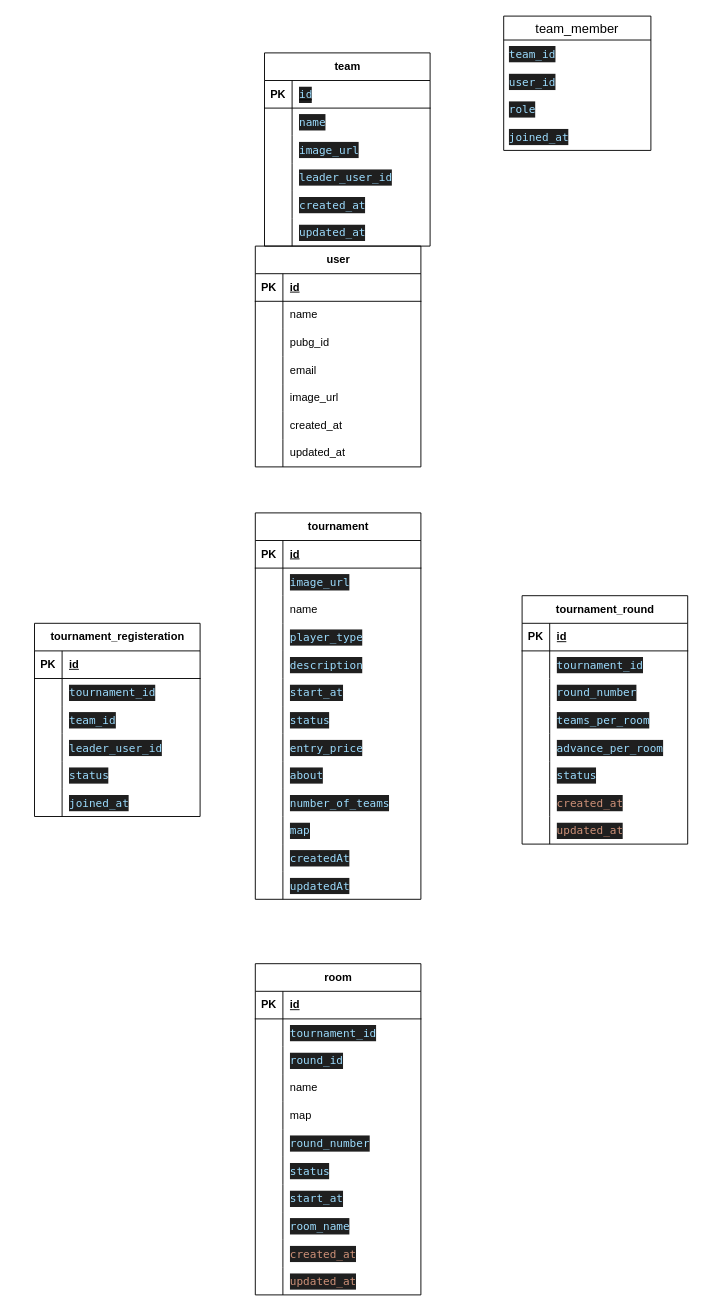
Above: pubg_tournament_schema.drawio in atif117/add_notes_app (draw.io), before the change. Source tidied: cells renumbered, new cells numbered last; positions are measured from the earlier drawing's top-left corner, leaving out a move shared by most shapes. Both pictures are drawn from the tidied source at 92%, with x=0, y=0 at pixel (34, 16).
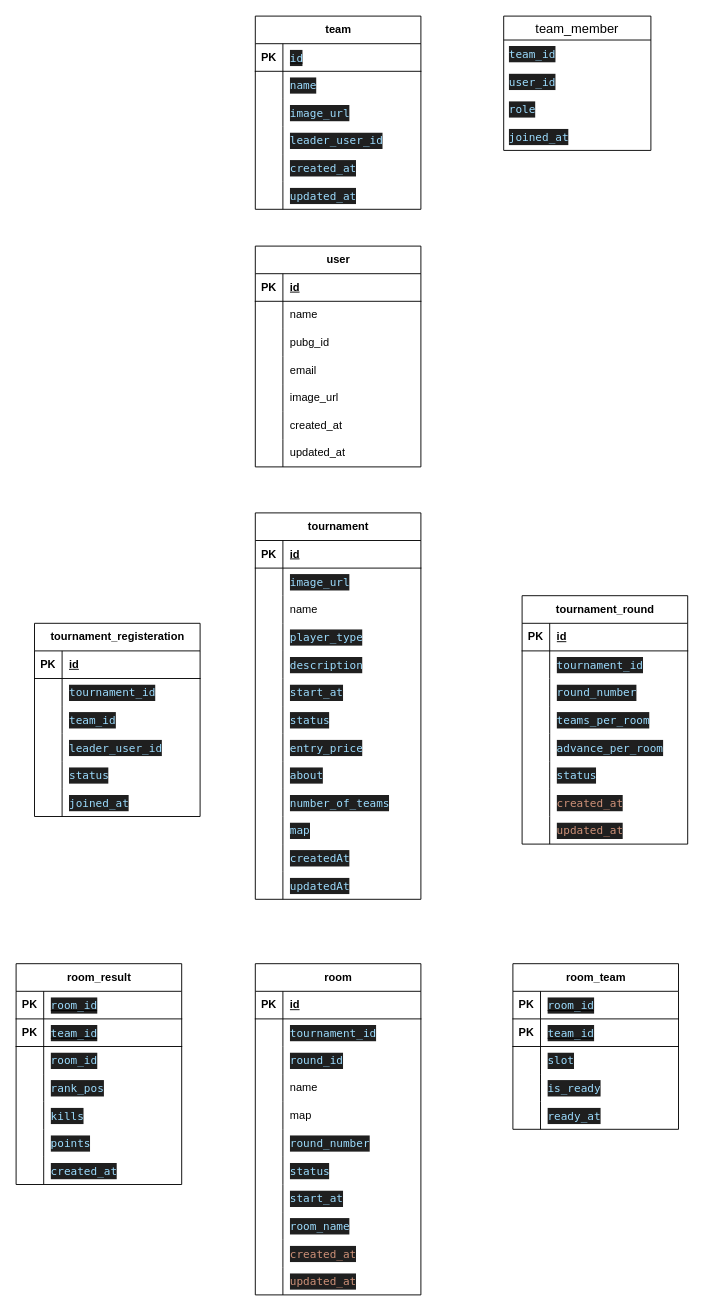
The same page after the edit.

Diff of the diagram source:
```diff
@@
     <mxCell id="24" value="team" style="shape=table;startSize=30;childLayout=tableLayout;rowLines=0;fontStyle=1;align=center;html=1;" parent="1" vertex="1">
-      <mxGeometry x="250" y="40" width="180" height="210" as="geometry" />
+      <mxGeometry x="240" width="180" height="210" as="geometry" />
     </mxCell>
@@
+    <mxCell id="166" value="room_team" style="shape=table;startSize=30;childLayout=tableLayout;rowLines=0;fontStyle=1;align=center;html=1;" parent="1" vertex="1">
+      <mxGeometry x="520" y="1030" width="180" height="180" as="geometry" />
+    </mxCell>
+    <mxCell id="167" style="shape=tableRow;horizontal=0;startSize=0;swimlaneHead=0;swimlaneBody=0;fillColor=none;top=0;left=0;right=0;bottom=1;" parent="166" vertex="1">
+      <mxGeometry y="30" width="180" height="30" as="geometry" />
+    </mxCell>
+    <mxCell id="168" value="PK" style="shape=partialRectangle;fillColor=none;top=0;left=0;bottom=0;right=0;fontStyle=1;overflow=hidden;whiteSpace=wrap;html=1;" parent="167" vertex="1">
+      <mxGeometry width="30" height="30" as="geometry" />
+    </mxCell>
+    <mxCell id="169" value="&lt;div style=&quot;font-weight: normal; text-decoration: none; color: rgb(204, 204, 204); background-color: rgb(31, 31, 31); font-family: Menlo, Monaco, &amp;quot;Courier New&amp;quot;, monospace; line-height: 18px; white-space: pre;&quot;&gt;&lt;span style=&quot;color: rgb(156, 220, 254);&quot;&gt;room_id&lt;/span&gt;&lt;/div&gt;" style="shape=partialRectangle;fillColor=none;top=0;left=0;bottom=0;right=0;align=left;spacingLeft=6;fontStyle=5;overflow=hidden;whiteSpace=wrap;html=1;" parent="167" vertex="1">
+      <mxGeometry x="30" width="150" height="30" as="geometry" />
+    </mxCell>
+    <mxCell id="170" style="shape=tableRow;horizontal=0;startSize=0;swimlaneHead=0;swimlaneBody=0;fillColor=none;top=0;left=0;right=0;bottom=1;" parent="166" vertex="1">
+      <mxGeometry y="60" width="180" height="30" as="geometry" />
+    </mxCell>
+    <mxCell id="171" value="PK" style="shape=partialRectangle;fillColor=none;top=0;left=0;bottom=0;right=0;fontStyle=1;overflow=hidden;whiteSpace=wrap;html=1;" parent="170" vertex="1">
+      <mxGeometry width="30" height="30" as="geometry" />
+    </mxCell>
+    <mxCell id="172" value="&lt;div style=&quot;font-weight: normal; text-decoration: none; color: rgb(204, 204, 204); background-color: rgb(31, 31, 31); font-family: Menlo, Monaco, &amp;quot;Courier New&amp;quot;, monospace; line-height: 18px; white-space: pre;&quot;&gt;&lt;div style=&quot;text-decoration: none; color: rgb(204, 204, 204); background-color: rgb(31, 31, 31); line-height: 18px;&quot;&gt;&lt;span style=&quot;color: rgb(156, 220, 254);&quot;&gt;team_id&lt;/span&gt;&lt;/div&gt;&lt;/div&gt;" style="shape=partialRectangle;fillColor=none;top=0;left=0;bottom=0;right=0;align=left;spacingLeft=6;fontStyle=5;overflow=hidden;whiteSpace=wrap;html=1;" parent="170" vertex="1">
+      <mxGeometry x="30" width="150" height="30" as="geometry" />
+    </mxCell>
+    <mxCell id="173" style="shape=tableRow;horizontal=0;startSize=0;swimlaneHead=0;swimlaneBody=0;fillColor=none;top=0;left=0;right=0;bottom=0;" parent="166" vertex="1">
+      <mxGeometry y="90" width="180" height="30" as="geometry" />
+    </mxCell>
+    <mxCell id="174" style="shape=partialRectangle;fillColor=none;top=0;left=0;bottom=0;right=0;overflow=hidden;whiteSpace=wrap;html=1;" parent="173" vertex="1">
+      <mxGeometry width="30" height="30" as="geometry" />
+    </mxCell>
+    <mxCell id="175" value="&lt;div style=&quot;color: rgb(204, 204, 204); background-color: rgb(31, 31, 31); font-family: Menlo, Monaco, &amp;quot;Courier New&amp;quot;, monospace; line-height: 18px; white-space: pre;&quot;&gt;&lt;span style=&quot;color: rgb(156, 220, 254);&quot;&gt;slot&lt;/span&gt;&lt;/div&gt;" style="shape=partialRectangle;fillColor=none;top=0;left=0;bottom=0;right=0;align=left;spacingLeft=6;overflow=hidden;whiteSpace=wrap;html=1;" parent="173" vertex="1">
+      <mxGeometry x="30" width="150" height="30" as="geometry" />
+    </mxCell>
+    <mxCell id="176" style="shape=tableRow;horizontal=0;startSize=0;swimlaneHead=0;swimlaneBody=0;fillColor=none;top=0;left=0;right=0;bottom=0;" parent="166" vertex="1">
+      <mxGeometry y="120" width="180" height="30" as="geometry" />
+    </mxCell>
+    <mxCell id="177" style="shape=partialRectangle;fillColor=none;top=0;left=0;bottom=0;right=0;overflow=hidden;whiteSpace=wrap;html=1;" parent="176" vertex="1">
+      <mxGeometry width="30" height="30" as="geometry" />
+    </mxCell>
+    <mxCell id="178" value="&lt;div style=&quot;color: rgb(204, 204, 204); background-color: rgb(31, 31, 31); font-family: Menlo, Monaco, &amp;quot;Courier New&amp;quot;, monospace; line-height: 18px; white-space: pre;&quot;&gt;&lt;span style=&quot;color: rgb(156, 220, 254);&quot;&gt;is_ready&lt;/span&gt;&lt;/div&gt;" style="shape=partialRectangle;fillColor=none;top=0;left=0;bottom=0;right=0;align=left;spacingLeft=6;overflow=hidden;whiteSpace=wrap;html=1;" parent="176" vertex="1">
+      <mxGeometry x="30" width="150" height="30" as="geometry" />
+    </mxCell>
+    <mxCell id="179" style="shape=tableRow;horizontal=0;startSize=0;swimlaneHead=0;swimlaneBody=0;fillColor=none;top=0;left=0;right=0;bottom=0;" parent="166" vertex="1">
+      <mxGeometry y="150" width="180" height="30" as="geometry" />
+    </mxCell>
+    <mxCell id="180" style="shape=partialRectangle;fillColor=none;top=0;left=0;bottom=0;right=0;overflow=hidden;whiteSpace=wrap;html=1;" parent="179" vertex="1">
+      <mxGeometry width="30" height="30" as="geometry" />
+    </mxCell>
+    <mxCell id="181" value="&lt;div style=&quot;color: rgb(204, 204, 204); background-color: rgb(31, 31, 31); font-family: Menlo, Monaco, &amp;quot;Courier New&amp;quot;, monospace; line-height: 18px; white-space: pre;&quot;&gt;&lt;span style=&quot;color: rgb(156, 220, 254);&quot;&gt;ready_at&lt;/span&gt;&lt;/div&gt;" style="shape=partialRectangle;fillColor=none;top=0;left=0;bottom=0;right=0;align=left;spacingLeft=6;overflow=hidden;whiteSpace=wrap;html=1;" parent="179" vertex="1">
+      <mxGeometry x="30" width="150" height="30" as="geometry" />
+    </mxCell>
+    <mxCell id="182" value="room_result" style="shape=table;startSize=30;childLayout=tableLayout;rowLines=0;fontStyle=1;align=center;html=1;" parent="1" vertex="1">
+      <mxGeometry x="-20" y="1030" width="180" height="240" as="geometry" />
+    </mxCell>
+    <mxCell id="183" style="shape=tableRow;horizontal=0;startSize=0;swimlaneHead=0;swimlaneBody=0;fillColor=none;top=0;left=0;right=0;bottom=1;" parent="182" vertex="1">
+      <mxGeometry y="30" width="180" height="30" as="geometry" />
+    </mxCell>
+    <mxCell id="184" value="PK" style="shape=partialRectangle;fillColor=none;top=0;left=0;bottom=0;right=0;fontStyle=1;overflow=hidden;whiteSpace=wrap;html=1;" parent="183" vertex="1">
+      <mxGeometry width="30" height="30" as="geometry" />
+    </mxCell>
+    <mxCell id="185" value="&lt;div style=&quot;font-weight: normal; text-decoration: none; color: rgb(204, 204, 204); background-color: rgb(31, 31, 31); font-family: Menlo, Monaco, &amp;quot;Courier New&amp;quot;, monospace; line-height: 18px; white-space: pre;&quot;&gt;&lt;span style=&quot;color: rgb(156, 220, 254);&quot;&gt;room_id&lt;/span&gt;&lt;/div&gt;" style="shape=partialRectangle;fillColor=none;top=0;left=0;bottom=0;right=0;align=left;spacingLeft=6;fontStyle=5;overflow=hidden;whiteSpace=wrap;html=1;" parent="183" vertex="1">
+      <mxGeometry x="30" width="150" height="30" as="geometry" />
+    </mxCell>
+    <mxCell id="186" style="shape=tableRow;horizontal=0;startSize=0;swimlaneHead=0;swimlaneBody=0;fillColor=none;top=0;left=0;right=0;bottom=1;" parent="182" vertex="1">
+      <mxGeometry y="60" width="180" height="30" as="geometry" />
+    </mxCell>
+    <mxCell id="187" value="PK" style="shape=partialRectangle;fillColor=none;top=0;left=0;bottom=0;right=0;fontStyle=1;overflow=hidden;whiteSpace=wrap;html=1;" parent="186" vertex="1">
+      <mxGeometry width="30" height="30" as="geometry" />
+    </mxCell>
+    <mxCell id="188" value="&lt;div style=&quot;font-weight: normal; text-decoration: none; color: rgb(204, 204, 204); background-color: rgb(31, 31, 31); font-family: Menlo, Monaco, &amp;quot;Courier New&amp;quot;, monospace; line-height: 18px; white-space: pre;&quot;&gt;&lt;div style=&quot;text-decoration: none; color: rgb(204, 204, 204); background-color: rgb(31, 31, 31); line-height: 18px;&quot;&gt;&lt;span style=&quot;color: rgb(156, 220, 254);&quot;&gt;team_id&lt;/span&gt;&lt;/div&gt;&lt;/div&gt;" style="shape=partialRectangle;fillColor=none;top=0;left=0;bottom=0;right=0;align=left;spacingLeft=6;fontStyle=5;overflow=hidden;whiteSpace=wrap;html=1;" parent="186" vertex="1">
+      <mxGeometry x="30" width="150" height="30" as="geometry" />
+    </mxCell>
+    <mxCell id="189" style="shape=tableRow;horizontal=0;startSize=0;swimlaneHead=0;swimlaneBody=0;fillColor=none;top=0;left=0;right=0;bottom=0;" parent="182" vertex="1">
+      <mxGeometry y="90" width="180" height="30" as="geometry" />
+    </mxCell>
+    <mxCell id="190" style="shape=partialRectangle;fillColor=none;top=0;left=0;bottom=0;right=0;overflow=hidden;whiteSpace=wrap;html=1;" parent="189" vertex="1">
+      <mxGeometry width="30" height="30" as="geometry" />
+    </mxCell>
+    <mxCell id="191" value="&lt;div style=&quot;color: rgb(204, 204, 204); background-color: rgb(31, 31, 31); font-family: Menlo, Monaco, &amp;quot;Courier New&amp;quot;, monospace; line-height: 18px; white-space: pre;&quot;&gt;&lt;span style=&quot;color: rgb(156, 220, 254);&quot;&gt;room_id&lt;/span&gt;&lt;/div&gt;" style="shape=partialRectangle;fillColor=none;top=0;left=0;bottom=0;right=0;align=left;spacingLeft=6;overflow=hidden;whiteSpace=wrap;html=1;" parent="189" vertex="1">
+      <mxGeometry x="30" width="150" height="30" as="geometry" />
+    </mxCell>
+    <mxCell id="192" style="shape=tableRow;horizontal=0;startSize=0;swimlaneHead=0;swimlaneBody=0;fillColor=none;top=0;left=0;right=0;bottom=0;" parent="182" vertex="1">
+      <mxGeometry y="120" width="180" height="30" as="geometry" />
+    </mxCell>
+    <mxCell id="193" style="shape=partialRectangle;fillColor=none;top=0;left=0;bottom=0;right=0;overflow=hidden;whiteSpace=wrap;html=1;" parent="192" vertex="1">
+      <mxGeometry width="30" height="30" as="geometry" />
+    </mxCell>
+    <mxCell id="194" value="&lt;div style=&quot;color: rgb(204, 204, 204); background-color: rgb(31, 31, 31); font-family: Menlo, Monaco, &amp;quot;Courier New&amp;quot;, monospace; line-height: 18px; white-space: pre;&quot;&gt;&lt;span style=&quot;color: rgb(156, 220, 254);&quot;&gt;rank_pos&lt;/span&gt;&lt;/div&gt;" style="shape=partialRectangle;fillColor=none;top=0;left=0;bottom=0;right=0;align=left;spacingLeft=6;overflow=hidden;whiteSpace=wrap;html=1;" parent="192" vertex="1">
+      <mxGeometry x="30" width="150" height="30" as="geometry" />
+    </mxCell>
+    <mxCell id="195" style="shape=tableRow;horizontal=0;startSize=0;swimlaneHead=0;swimlaneBody=0;fillColor=none;top=0;left=0;right=0;bottom=0;" parent="182" vertex="1">
+      <mxGeometry y="150" width="180" height="30" as="geometry" />
+    </mxCell>
+    <mxCell id="196" style="shape=partialRectangle;fillColor=none;top=0;left=0;bottom=0;right=0;overflow=hidden;whiteSpace=wrap;html=1;" parent="195" vertex="1">
+      <mxGeometry width="30" height="30" as="geometry" />
+    </mxCell>
+    <mxCell id="197" value="&lt;div style=&quot;color: rgb(204, 204, 204); background-color: rgb(31, 31, 31); font-family: Menlo, Monaco, &amp;quot;Courier New&amp;quot;, monospace; line-height: 18px; white-space: pre;&quot;&gt;&lt;span style=&quot;color: rgb(156, 220, 254);&quot;&gt;kills&lt;/span&gt;&lt;/div&gt;" style="shape=partialRectangle;fillColor=none;top=0;left=0;bottom=0;right=0;align=left;spacingLeft=6;overflow=hidden;whiteSpace=wrap;html=1;" parent="195" vertex="1">
+      <mxGeometry x="30" width="150" height="30" as="geometry" />
+    </mxCell>
+    <mxCell id="198" style="shape=tableRow;horizontal=0;startSize=0;swimlaneHead=0;swimlaneBody=0;fillColor=none;top=0;left=0;right=0;bottom=0;" parent="182" vertex="1">
+      <mxGeometry y="180" width="180" height="30" as="geometry" />
+    </mxCell>
+    <mxCell id="199" style="shape=partialRectangle;fillColor=none;top=0;left=0;bottom=0;right=0;overflow=hidden;whiteSpace=wrap;html=1;" parent="198" vertex="1">
+      <mxGeometry width="30" height="30" as="geometry" />
+    </mxCell>
+    <mxCell id="200" value="&lt;div style=&quot;color: rgb(204, 204, 204); background-color: rgb(31, 31, 31); font-family: Menlo, Monaco, &amp;quot;Courier New&amp;quot;, monospace; line-height: 18px; white-space: pre;&quot;&gt;&lt;div style=&quot;color: rgb(204, 204, 204); background-color: rgb(31, 31, 31); line-height: 18px;&quot;&gt;&lt;span style=&quot;color: rgb(156, 220, 254);&quot;&gt;points&lt;/span&gt;&lt;/div&gt;&lt;/div&gt;" style="shape=partialRectangle;fillColor=none;top=0;left=0;bottom=0;right=0;align=left;spacingLeft=6;overflow=hidden;whiteSpace=wrap;html=1;" parent="198" vertex="1">
+      <mxGeometry x="30" width="150" height="30" as="geometry" />
+    </mxCell>
+    <mxCell id="201" style="shape=tableRow;horizontal=0;startSize=0;swimlaneHead=0;swimlaneBody=0;fillColor=none;top=0;left=0;right=0;bottom=0;" parent="182" vertex="1">
+      <mxGeometry y="210" width="180" height="30" as="geometry" />
+    </mxCell>
+    <mxCell id="202" style="shape=partialRectangle;fillColor=none;top=0;left=0;bottom=0;right=0;overflow=hidden;whiteSpace=wrap;html=1;" parent="201" vertex="1">
+      <mxGeometry width="30" height="30" as="geometry" />
+    </mxCell>
+    <mxCell id="203" value="&lt;div style=&quot;color: rgb(204, 204, 204); background-color: rgb(31, 31, 31); font-family: Menlo, Monaco, &amp;quot;Courier New&amp;quot;, monospace; line-height: 18px; white-space: pre;&quot;&gt;&lt;div style=&quot;color: rgb(204, 204, 204); background-color: rgb(31, 31, 31); line-height: 18px;&quot;&gt;&lt;div style=&quot;color: rgb(204, 204, 204); background-color: rgb(31, 31, 31); line-height: 18px;&quot;&gt;&lt;span style=&quot;color: rgb(156, 220, 254);&quot;&gt;created_at&lt;/span&gt;&lt;/div&gt;&lt;/div&gt;&lt;/div&gt;" style="shape=partialRectangle;fillColor=none;top=0;left=0;bottom=0;right=0;align=left;spacingLeft=6;overflow=hidden;whiteSpace=wrap;html=1;" parent="201" vertex="1">
+      <mxGeometry x="30" width="150" height="30" as="geometry" />
+    </mxCell>
```
